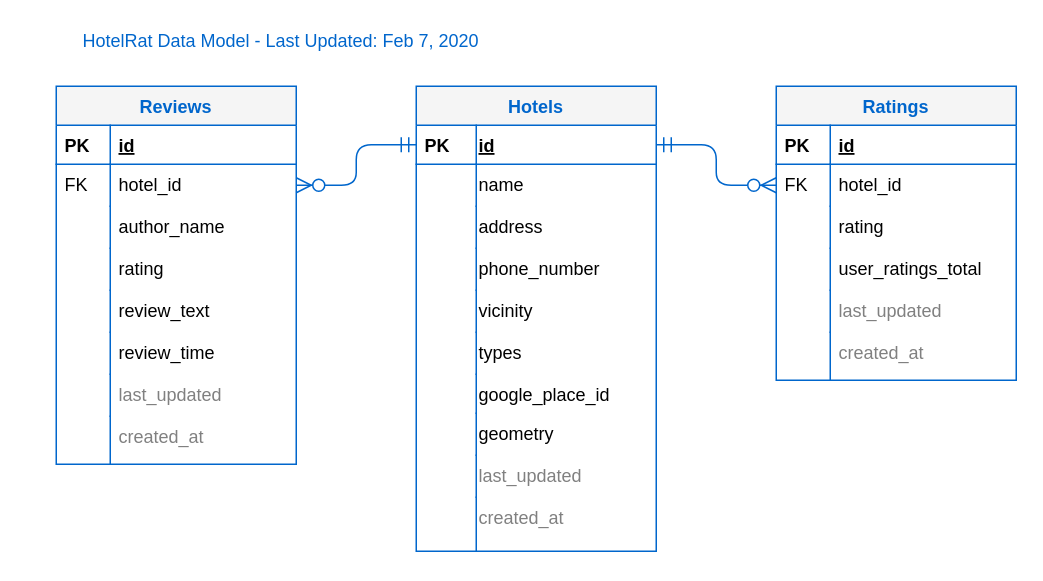
stevenhelms/ee3503-project keeps this draw.io diagram as DataModel.drawio. Above is the earlier version. Source tidied: cells renumbered, new cells numbered last; positions are measured from the earlier drawing's top-left corner, leaving out a move shared by most shapes. Both pictures are drawn from the tidied source at 150%, with x=0, y=0 at pixel (26, 26).
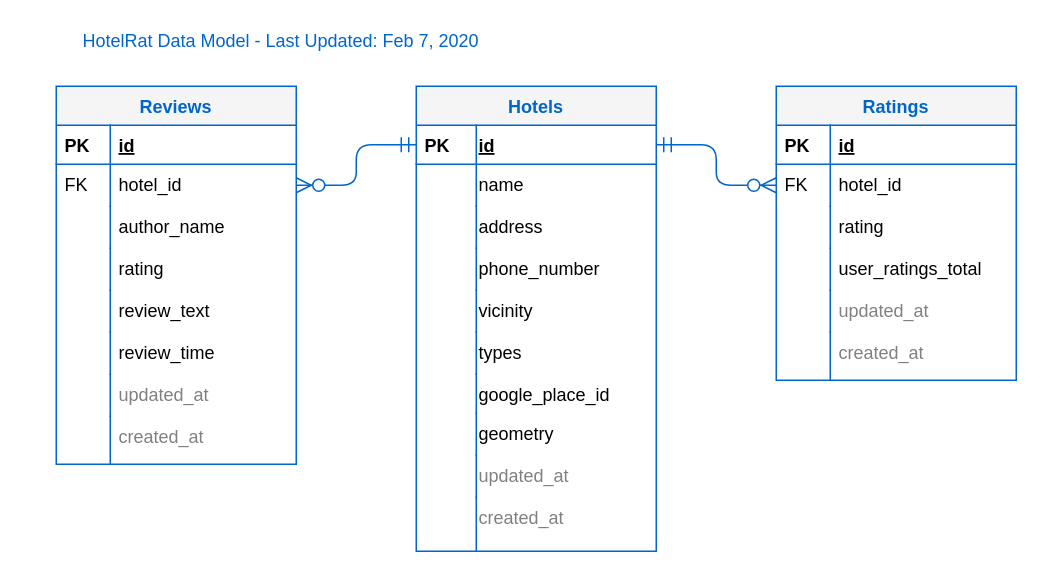
Above is the later version.

Commit message (it also covers changes not shown here):
Updated Data Model

Unchanged cells that the change refers to:
```xml
<mxCell id="2" value="Hotels" style="swimlane;fontStyle=1;horizontal=1;startSize=26;rounded=0;shadow=0;strokeWidth=1;fillColor=#f5f5f5;strokeColor=#0066CC;fontColor=#0066CC;" parent="1" vertex="1">
  <mxGeometry x="260" y="40" width="160" height="310" as="geometry" />
</mxCell>
<mxCell id="25" value="Ratings" style="swimlane;fontStyle=1;horizontal=1;startSize=26;rounded=0;shadow=0;strokeWidth=1;fillColor=#f5f5f5;strokeColor=#0066CC;fontColor=#0066CC;" parent="1" vertex="1">
  <mxGeometry x="500" y="40" width="160" height="196" as="geometry" />
</mxCell>
<mxCell id="39" value="Reviews" style="swimlane;fontStyle=1;horizontal=1;startSize=26;rounded=0;shadow=0;strokeWidth=1;fillColor=#f5f5f5;strokeColor=#0066CC;fontColor=#0066CC;" parent="1" vertex="1">
  <mxGeometry x="20" y="40" width="160" height="252" as="geometry" />
</mxCell>
```

The edit, as a diff of the source:
```diff
@@
-    <mxCell id="19" value="last_updated" style="shape=partialRectangle;top=0;left=0;right=0;bottom=0;align=left;verticalAlign=top;fillColor=none;spacingLeft=40;spacingRight=4;overflow=hidden;rounded=0;shadow=0;strokeWidth=1;strokeColor=#0066CC;spacing=2;spacingTop=0;spacingBottom=0;fontColor=#808080;" parent="2" vertex="1">
+    <mxCell id="19" value="updated_at" style="shape=partialRectangle;top=0;left=0;right=0;bottom=0;align=left;verticalAlign=top;fillColor=none;spacingLeft=40;spacingRight=4;overflow=hidden;rounded=0;shadow=0;strokeWidth=1;strokeColor=#0066CC;spacing=2;spacingTop=0;spacingBottom=0;fontColor=#808080;" parent="2" vertex="1">
       <mxGeometry y="246" width="160" height="28" as="geometry" />
     </mxCell>
@@
-    <mxCell id="34" value="last_updated" style="shape=partialRectangle;top=0;left=0;right=0;bottom=0;align=left;verticalAlign=top;fillColor=none;spacingLeft=40;spacingRight=4;overflow=hidden;rounded=0;shadow=0;strokeWidth=1;strokeColor=#0066CC;spacing=2;spacingTop=0;spacingBottom=0;fontColor=#808080;" parent="25" vertex="1">
+    <mxCell id="34" value="updated_at" style="shape=partialRectangle;top=0;left=0;right=0;bottom=0;align=left;verticalAlign=top;fillColor=none;spacingLeft=40;spacingRight=4;overflow=hidden;rounded=0;shadow=0;strokeWidth=1;strokeColor=#0066CC;spacing=2;spacingTop=0;spacingBottom=0;fontColor=#808080;" parent="25" vertex="1">
       <mxGeometry y="136" width="160" height="28" as="geometry" />
     </mxCell>
@@
-    <mxCell id="52" value="last_updated" style="shape=partialRectangle;top=0;left=0;right=0;bottom=0;align=left;verticalAlign=top;fillColor=none;spacingLeft=40;spacingRight=4;overflow=hidden;rounded=0;shadow=0;strokeWidth=1;strokeColor=#0066CC;spacing=2;spacingTop=0;spacingBottom=0;fontColor=#808080;" parent="39" vertex="1">
+    <mxCell id="52" value="updated_at" style="shape=partialRectangle;top=0;left=0;right=0;bottom=0;align=left;verticalAlign=top;fillColor=none;spacingLeft=40;spacingRight=4;overflow=hidden;rounded=0;shadow=0;strokeWidth=1;strokeColor=#0066CC;spacing=2;spacingTop=0;spacingBottom=0;fontColor=#808080;" parent="39" vertex="1">
       <mxGeometry y="192" width="160" height="28" as="geometry" />
     </mxCell>
```
